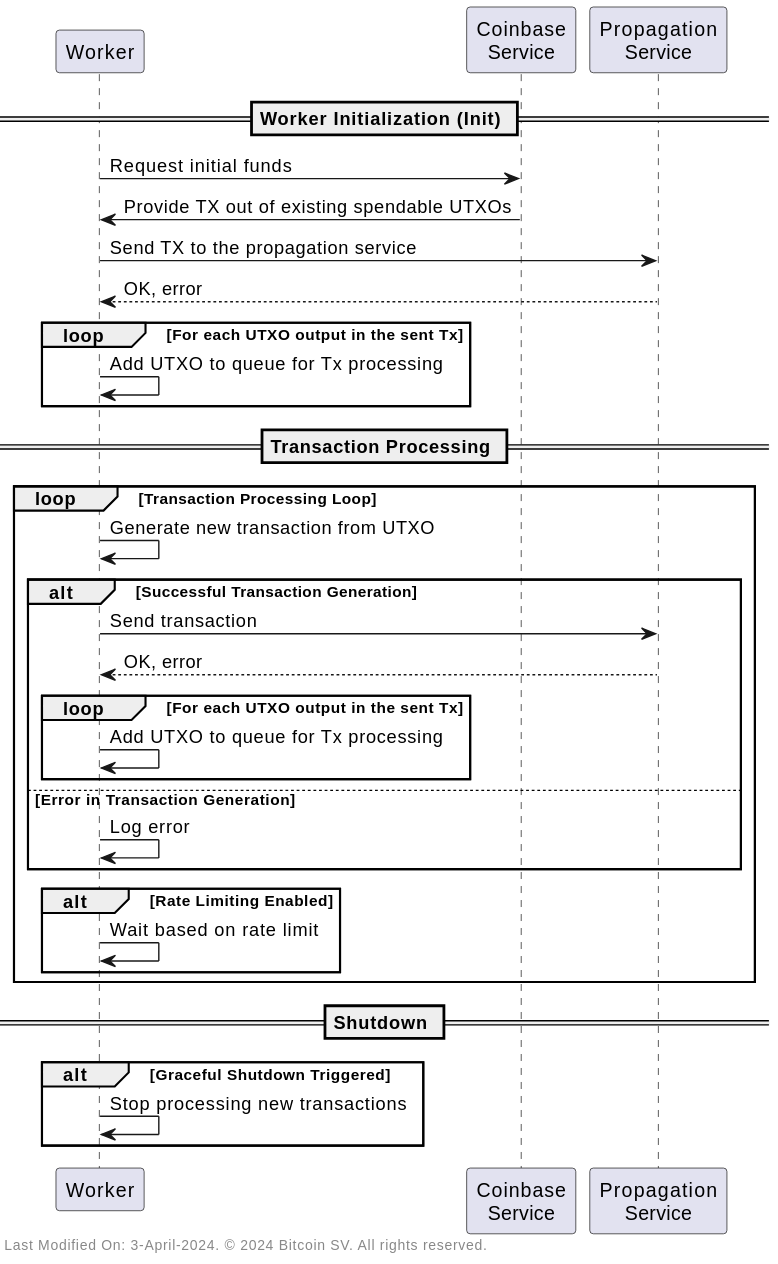
This is docs/commands/img/plantuml/tx_blaster_worker.svg from freemans13/teranode, a PlantUML export, as it was before one commit. Its source is kept beside it as docs/commands/img/plantuml/tx_blaster_worker.puml.
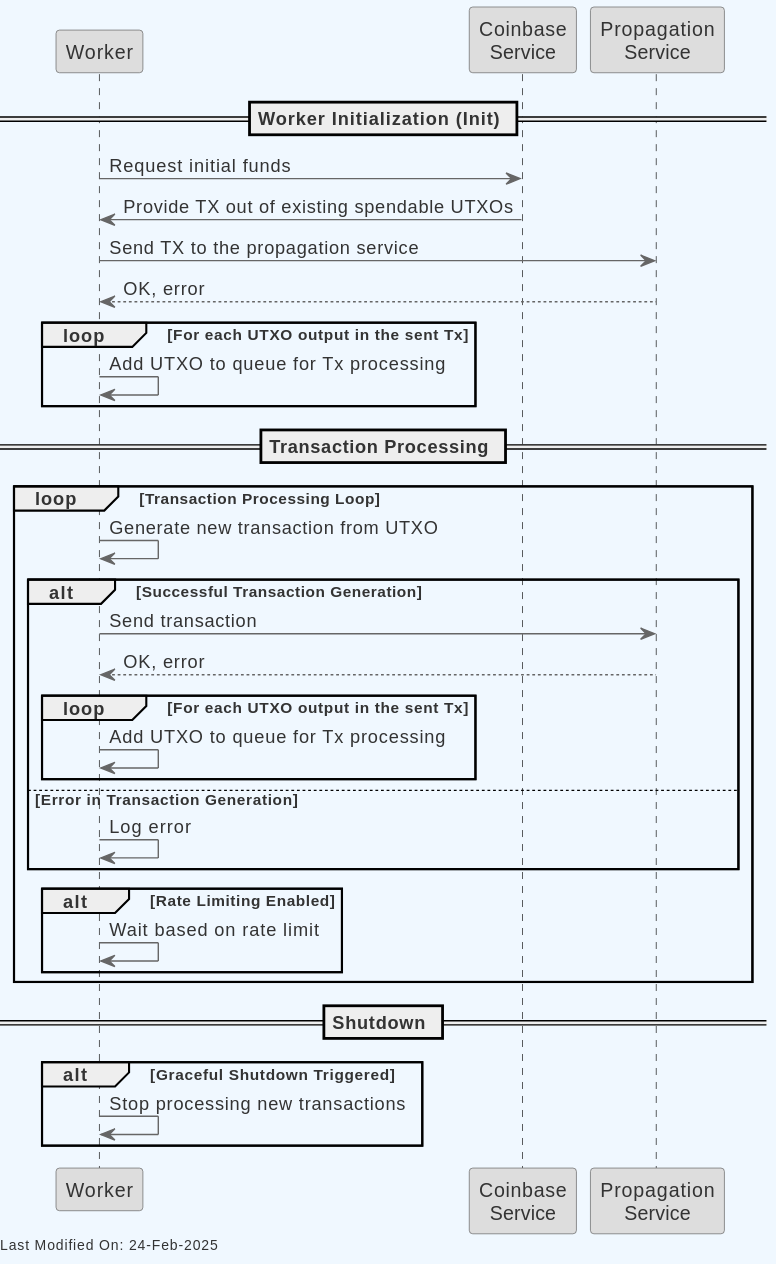
After the commit.

What changed in the source:
```diff
@@ -1,4 +1,24 @@
 @startuml Worker Init and Start Function
+skinparam backgroundColor #F0F8FF
+skinparam defaultFontColor #333333
+skinparam arrowColor #666666
+
+skinparam entity {
+  BorderColor #666666
+  BackgroundColor #DDDDDD
+}
+
+skinparam control {
+  BorderColor #666666
+  BackgroundColor #DDDDDD
+}
+
+skinparam participant {
+  BorderColor #666666
+  BackgroundColor #DDDDDD
+}
+
+
 
 participant "Worker" as Worker
 participant "Coinbase\nService" as Coinbase
@@ -40,6 +60,6 @@
 
 end
 
-left footer " Last Modified On: 3-April-2024. © 2024 Bitcoin SV. All rights reserved."
+left footer Last Modified On: %date("dd-MMM-yyyy")
 
 @enduml
```
